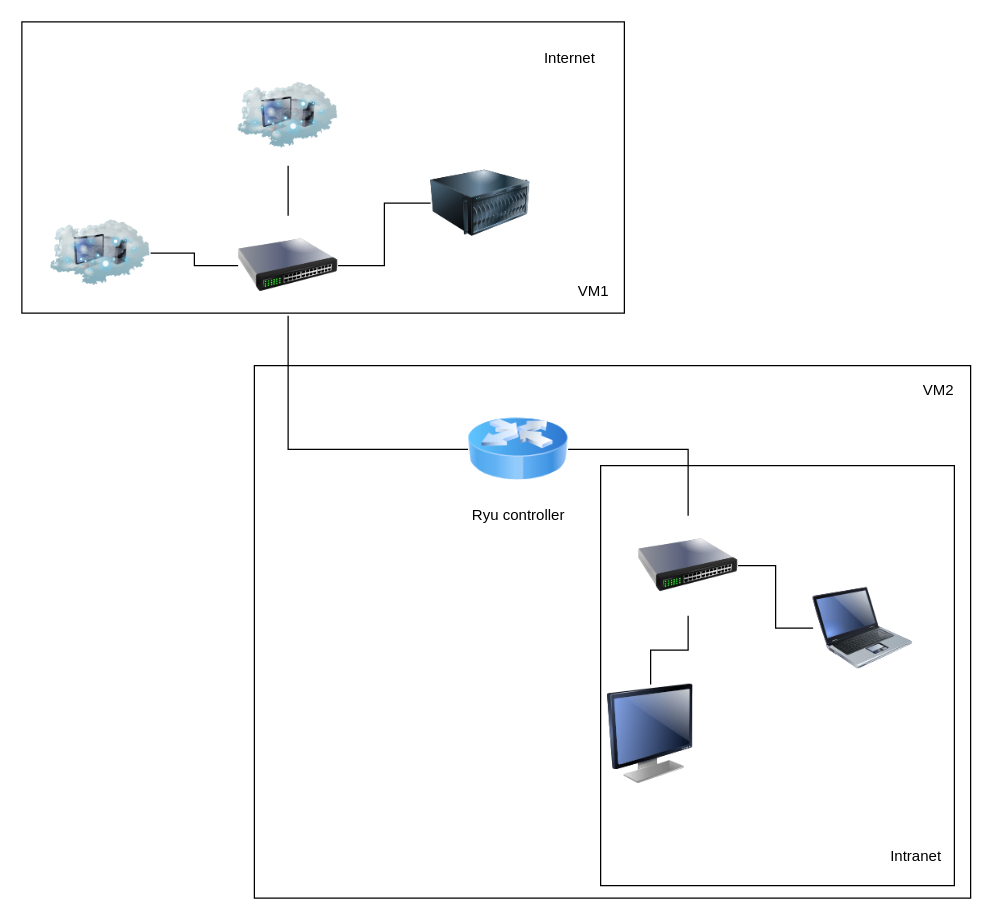
This is img/design.drawio from happys2333/2023Spring-cs305-project, a draw.io file, before an edit. Source tidied: cells renumbered, new cells numbered last; positions are measured from the earlier drawing's top-left corner, leaving out a move shared by most shapes. Both pictures are drawn from the tidied source at 125%, with x=0, y=0 at pixel (21, 21).
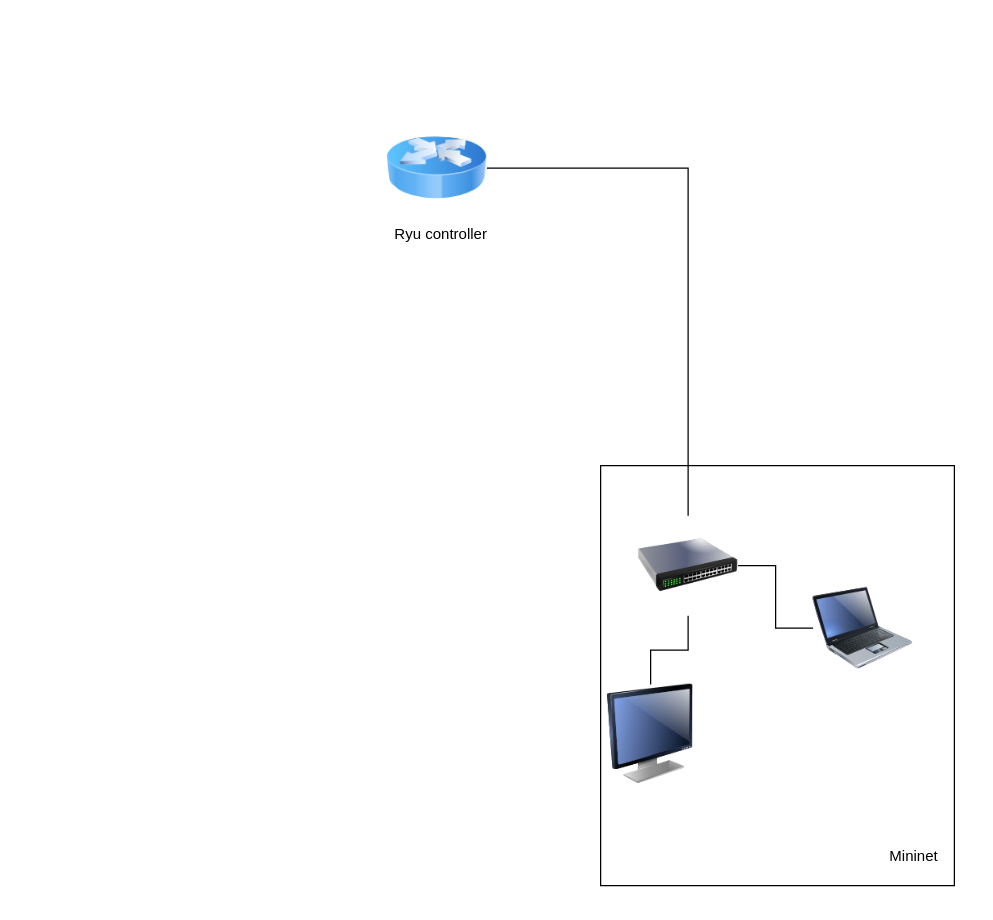
Above is the later version.

Diff of the diagram source:
```diff
@@
-    <mxCell id="2" style="rounded=0;whiteSpace=wrap;html=1;fillColor=none;" parent="1" vertex="1">
-      <mxGeometry x="186" y="275" width="573" height="426" as="geometry" />
-    </mxCell>
-    <mxCell id="3" style="image;html=1;image=img/lib/clip_art/networking/Cloud_Computer_128x128.png;" parent="1" vertex="1">
-      <mxGeometry x="23" y="145" width="80" height="80" as="geometry" />
-    </mxCell>
-    <mxCell id="4" style="image;html=1;image=img/lib/clip_art/networking/Cloud_Computer_128x128.png;" parent="1" vertex="1">
-      <mxGeometry x="173" y="35" width="80" height="80" as="geometry" />
-    </mxCell>
-    <mxCell id="5" style="edgeStyle=orthogonalEdgeStyle;rounded=0;jettySize=auto;html=1;endArrow=none;endFill=0;" parent="1" edge="1" source="8" target="4">
-      <mxGeometry relative="1" as="geometry" />
-    </mxCell>
-    <mxCell id="6" style="edgeStyle=orthogonalEdgeStyle;rounded=0;jettySize=auto;html=1;endArrow=none;endFill=0;" parent="1" edge="1" source="8" target="3">
-      <mxGeometry relative="1" as="geometry" />
-    </mxCell>
-    <mxCell id="7" style="edgeStyle=orthogonalEdgeStyle;rounded=0;jettySize=auto;html=1;endArrow=none;endFill=0;" parent="1" edge="1" source="8" target="14">
-      <mxGeometry relative="1" as="geometry" />
-    </mxCell>
-    <mxCell id="8" style="image;html=1;image=img/lib/clip_art/networking/Switch_128x128.png;" parent="1" vertex="1">
-      <mxGeometry x="173" y="155" width="80" height="80" as="geometry" />
-    </mxCell>
-    <mxCell id="9" style="edgeStyle=orthogonalEdgeStyle;rounded=0;jettySize=auto;html=1;endArrow=none;endFill=0;" parent="1" edge="1" source="11" target="8">
-      <mxGeometry relative="1" as="geometry" />
-    </mxCell>
+    <mxCell id="22" style="rounded=0;whiteSpace=wrap;html=1;fillColor=none;" parent="1" vertex="1">
+      <mxGeometry x="463" y="355" width="283" height="336" as="geometry" />
+    </mxCell>
@@
     <mxCell id="11" style="image;html=1;image=img/lib/clip_art/networking/Router_Icon_128x128.png;" parent="1" vertex="1">
-      <mxGeometry x="357" y="302" width="80" height="80" as="geometry" />
+      <mxGeometry x="292" y="77" width="80" height="80" as="geometry" />
     </mxCell>
@@
-    <mxCell id="14" style="image;html=1;image=img/lib/clip_art/computers/Server_128x128.png;" parent="1" vertex="1">
-      <mxGeometry x="327" y="105" width="80" height="80" as="geometry" />
-    </mxCell>
@@
     <mxCell id="18" value="Ryu controller" style="text;html=1;align=center;verticalAlign=middle;strokeColor=none;fillColor=none;" parent="1" vertex="1">
-      <mxGeometry x="351" y="382" width="92" height="26" as="geometry" />
+      <mxGeometry x="289" y="157" width="92" height="26" as="geometry" />
     </mxCell>
-    <mxCell id="19" style="rounded=0;whiteSpace=wrap;html=1;fillColor=none;" parent="1" vertex="1">
-      <mxGeometry width="482" height="233" as="geometry" />
-    </mxCell>
-    <mxCell id="20" value="Intranet" style="text;html=1;align=center;verticalAlign=middle;strokeColor=none;fillColor=none;" parent="1" vertex="1">
-      <mxGeometry x="685" y="655" width="59" height="26" as="geometry" />
+    <mxCell id="20" value="Mininet&amp;nbsp;" style="text;html=1;align=center;verticalAlign=middle;strokeColor=none;fillColor=none;" parent="1" vertex="1">
+      <mxGeometry x="685" y="655" width="60" height="26" as="geometry" />
     </mxCell>
-    <mxCell id="21" value="Internet" style="text;html=1;align=center;verticalAlign=middle;strokeColor=none;fillColor=none;" parent="1" vertex="1">
-      <mxGeometry x="408" y="16" width="59" height="26" as="geometry" />
-    </mxCell>
-    <mxCell id="22" style="rounded=0;whiteSpace=wrap;html=1;fillColor=none;" parent="1" vertex="1">
-      <mxGeometry x="463" y="355" width="283" height="336" as="geometry" />
-    </mxCell>
-    <mxCell id="23" value="VM1" style="text;html=1;align=center;verticalAlign=middle;strokeColor=none;fillColor=none;" parent="1" vertex="1">
-      <mxGeometry x="435" y="203" width="43" height="26" as="geometry" />
-    </mxCell>
-    <mxCell id="24" value="VM2" style="text;html=1;align=center;verticalAlign=middle;strokeColor=none;fillColor=none;" parent="1" vertex="1">
-      <mxGeometry x="711" y="282" width="43" height="26" as="geometry" />
-    </mxCell>
```
